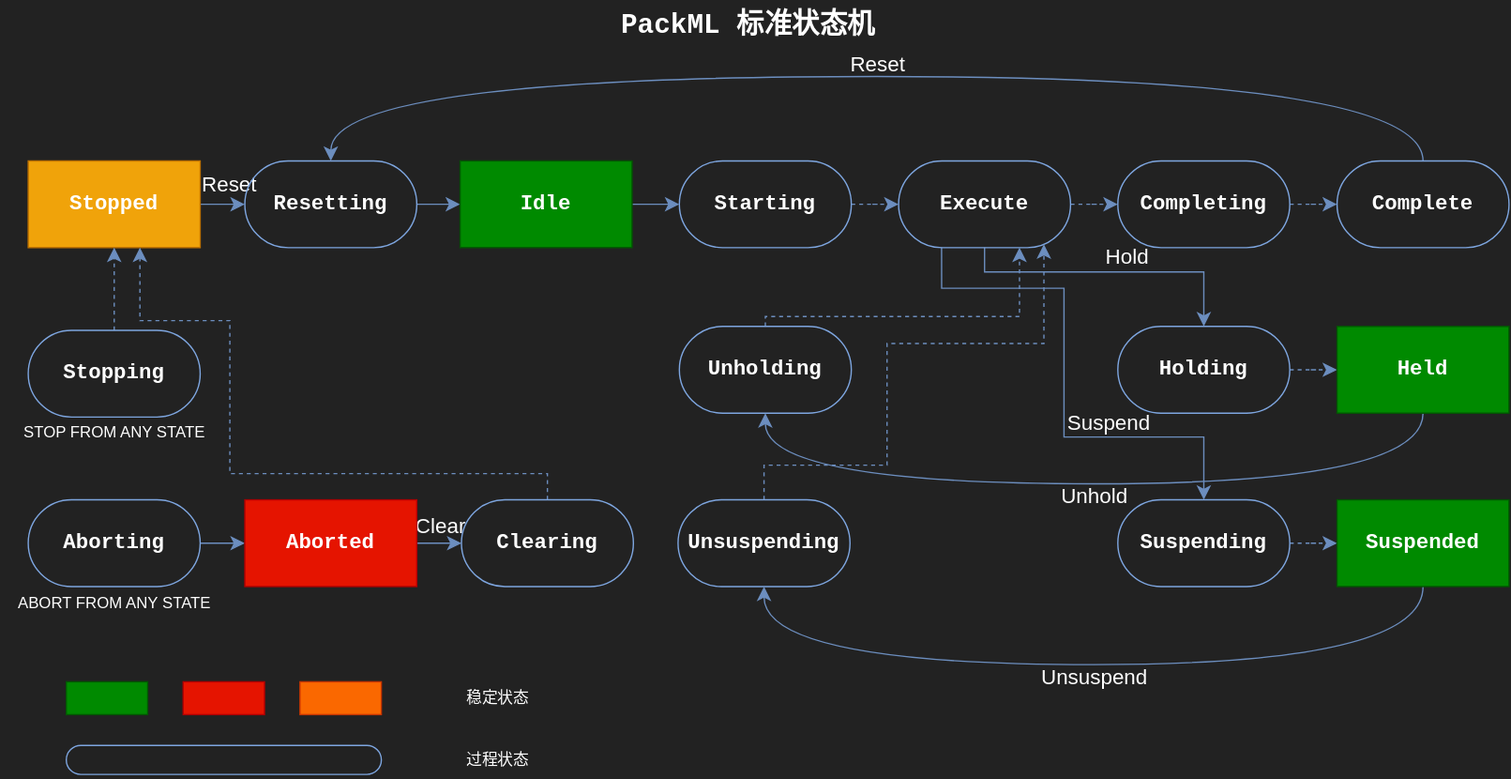
Above: drawio/PackMLState.svg in Stolorzs/Picgo (draw.io), before the change. Source tidied: cells renumbered, new cells last; positions are measured from the earlier drawing's top-left corner, leaving out a move shared by most shapes.
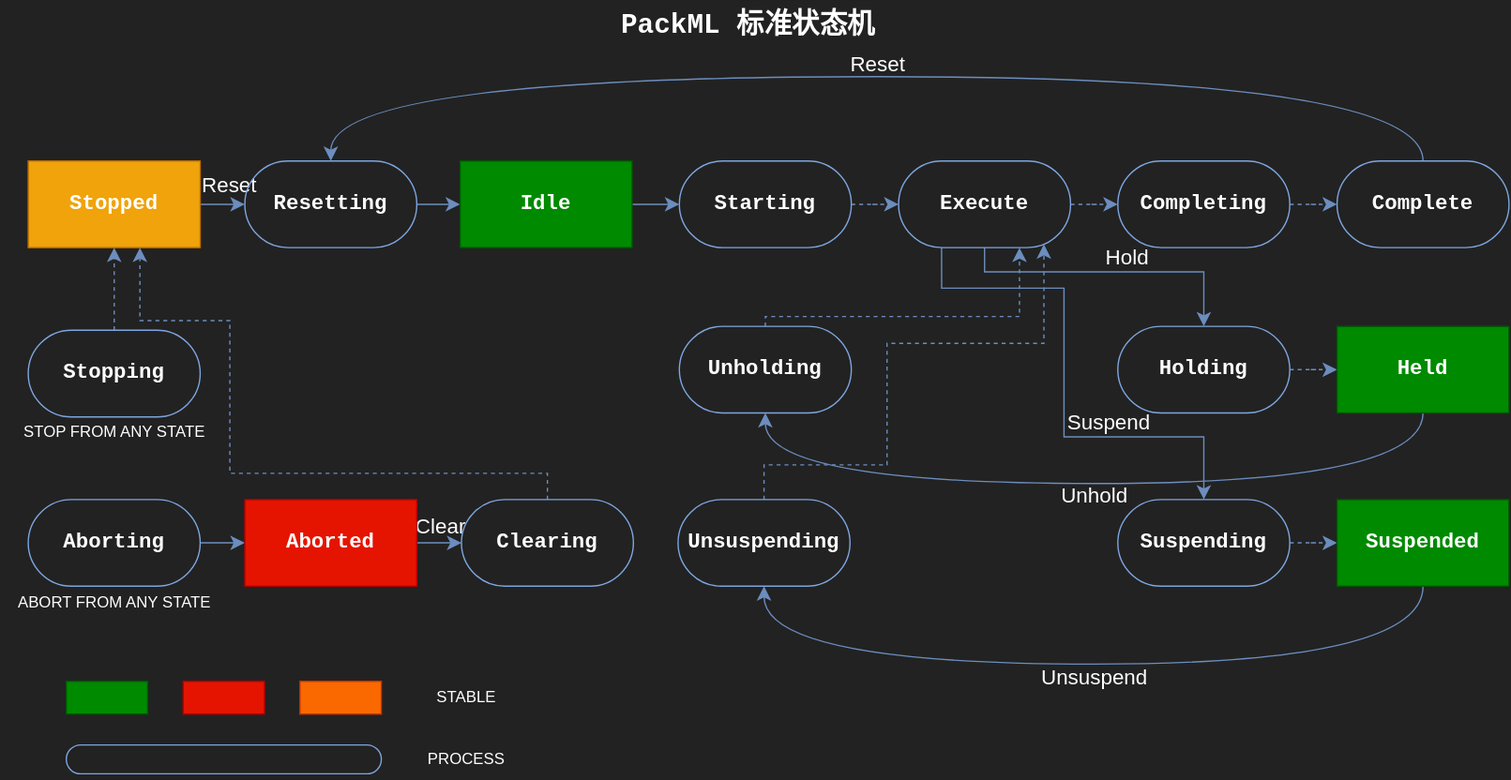
The same diagram one commit later.

What changed in the source:
```diff
@@ -205,8 +205,8 @@
     <mxCell id="48" value="ABORT FROM ANY STATE" style="text;html=1;whiteSpace=wrap;strokeColor=none;fillColor=none;align=center;verticalAlign=middle;rounded=0;fontColor=#FFFFFF;" parent="1" vertex="1">
       <mxGeometry x="-0.2" y="444" width="173.5" height="30" as="geometry" />
     </mxCell>
-    <mxCell id="49" value="稳定状态" style="text;html=1;whiteSpace=wrap;strokeColor=none;fillColor=none;align=center;verticalAlign=middle;rounded=0;fontColor=#FFFFFF;" parent="1" vertex="1">
-      <mxGeometry x="305" y="516" width="148" height="30" as="geometry" />
+    <mxCell id="49" value="STABLE" style="text;html=1;whiteSpace=wrap;strokeColor=none;fillColor=none;align=center;verticalAlign=middle;rounded=0;fontColor=#FFFFFF;" parent="1" vertex="1">
+      <mxGeometry x="281" y="516" width="148" height="30" as="geometry" />
     </mxCell>
     <mxCell id="50" style="rounded=0;whiteSpace=wrap;html=1;strokeColor=#005700;align=center;verticalAlign=middle;fontFamily=Courier New;fontSize=12;fontColor=#ffffff;fontStyle=1;labelBackgroundColor=none;fillColor=#008a00;" parent="1" vertex="1">
       <mxGeometry x="50" y="518.5" width="62" height="25" as="geometry" />
@@ -220,8 +220,8 @@
     <mxCell id="53" value=" " style="rounded=1;whiteSpace=wrap;html=1;strokeColor=#7EA6E0;align=center;verticalAlign=middle;fontFamily=Courier New;fontSize=12;fontColor=default;fontStyle=1;labelBackgroundColor=none;fillColor=none;roundedPerimeter=1;arcSize=50;" parent="1" vertex="1">
       <mxGeometry x="50" y="567" width="240" height="22" as="geometry" />
     </mxCell>
-    <mxCell id="54" value="过程状态" style="text;html=1;whiteSpace=wrap;strokeColor=none;fillColor=none;align=center;verticalAlign=middle;rounded=0;fontColor=#FFFFFF;" parent="1" vertex="1">
-      <mxGeometry x="305" y="563" width="148" height="30" as="geometry" />
+    <mxCell id="54" value="PROCESS" style="text;html=1;whiteSpace=wrap;strokeColor=none;fillColor=none;align=center;verticalAlign=middle;rounded=0;fontColor=#FFFFFF;" parent="1" vertex="1">
+      <mxGeometry x="281" y="563" width="148" height="30" as="geometry" />
     </mxCell>
   </root>
 </mxGraphModel>
```
